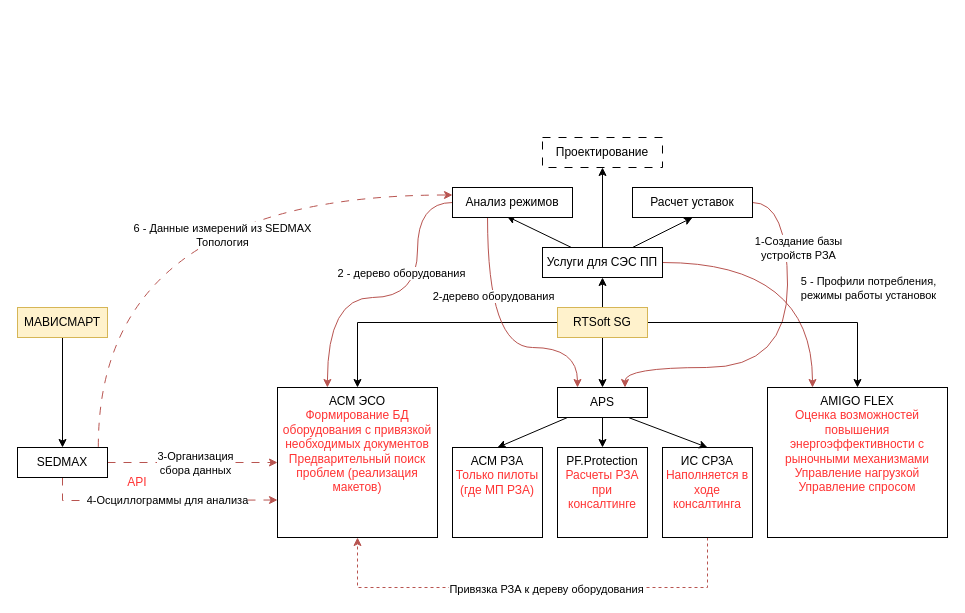
Earlier version of the draw.io diagram page "Page-1" (1 of 2) of PSS .drawio (Randyrofed/DrawIO). Source tidied: cells renumbered, new cells numbered last; positions are measured from the earlier drawing's top-left corner, leaving out a move shared by most shapes. Both pictures are drawn from the tidied source at 100%, with x=0, y=0 at pixel (17, 137).
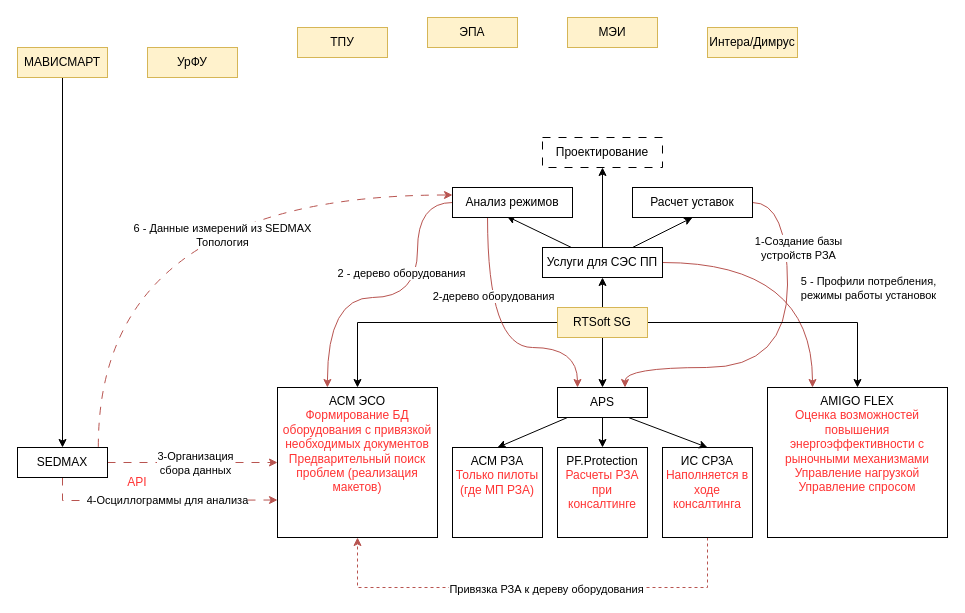
Above is the later version.

The edit, as a diff of the source:
```diff
@@
     <mxCell id="34" value="МАВИСМАРТ" style="rounded=0;whiteSpace=wrap;html=1;fillColor=#fff2cc;strokeColor=#d6b656;" parent="1" vertex="1">
-      <mxGeometry y="170" width="90" height="30" as="geometry" />
+      <mxGeometry y="-90" width="90" height="30" as="geometry" />
     </mxCell>
@@
+    <mxCell id="43" value="УрФУ" style="rounded=0;whiteSpace=wrap;html=1;fillColor=#fff2cc;strokeColor=#d6b656;" parent="1" vertex="1">
+      <mxGeometry x="130" y="-90" width="90" height="30" as="geometry" />
+    </mxCell>
+    <mxCell id="44" value="ТПУ" style="rounded=0;whiteSpace=wrap;html=1;fillColor=#fff2cc;strokeColor=#d6b656;" parent="1" vertex="1">
+      <mxGeometry x="280" y="-110" width="90" height="30" as="geometry" />
+    </mxCell>
+    <mxCell id="45" value="ЭПА" style="rounded=0;whiteSpace=wrap;html=1;fillColor=#fff2cc;strokeColor=#d6b656;" parent="1" vertex="1">
+      <mxGeometry x="410" y="-120" width="90" height="30" as="geometry" />
+    </mxCell>
+    <mxCell id="46" value="МЭИ" style="rounded=0;whiteSpace=wrap;html=1;fillColor=#fff2cc;strokeColor=#d6b656;" parent="1" vertex="1">
+      <mxGeometry x="550" y="-120" width="90" height="30" as="geometry" />
+    </mxCell>
+    <mxCell id="47" value="Интера/Димрус" style="rounded=0;whiteSpace=wrap;html=1;fillColor=#fff2cc;strokeColor=#d6b656;" parent="1" vertex="1">
+      <mxGeometry x="690" y="-110" width="90" height="30" as="geometry" />
+    </mxCell>
```
